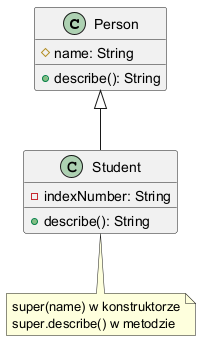
Before: 02_OOP/src/_03-dziedziczenie/03-super/diagrams/super_usage.png, a diagram exported from PlantUML (tborzyszkowski/oop-concepts-java).
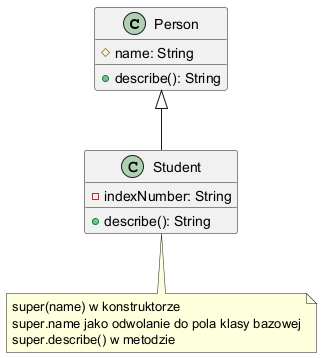
After the change.

Change to the diagram source:
```diff
@@ -10,6 +10,7 @@
 Person <|-- Student
 note bottom of Student
 super(name) w konstruktorze
+super.name jako odwolanie do pola klasy bazowej
 super.describe() w metodzie
 end note
 @enduml
```
